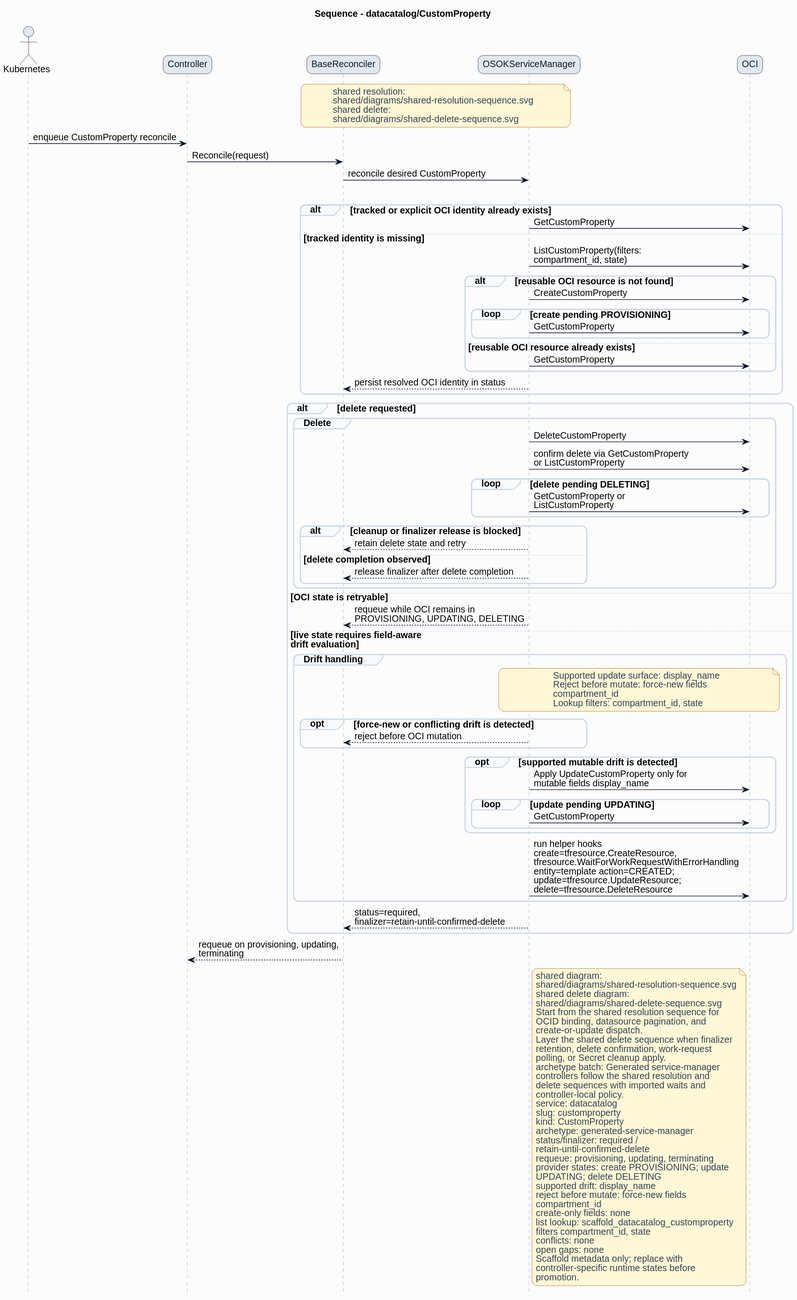
Before: formal/controllers/datacatalog/customproperty/diagrams/sequence.svg, a diagram exported from PlantUML (HaoyL666/oci-service-operator).
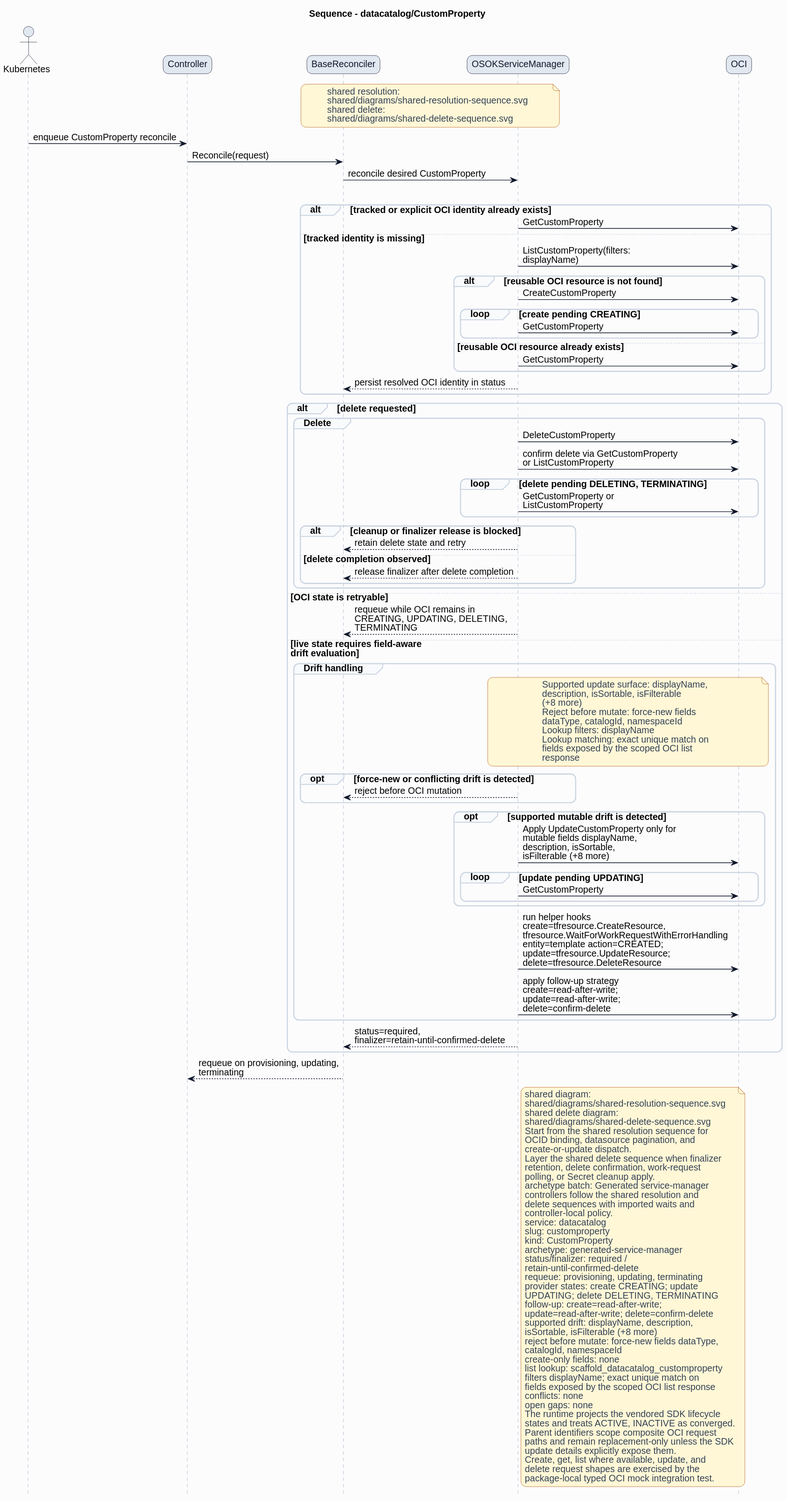
Later version of the same file.

Change to the diagram source:
```diff
@@ -38,10 +38,10 @@
 alt tracked or explicit OCI identity already exists
 ServiceManager -> OCI: GetCustomProperty
 else tracked identity is missing
-ServiceManager -> OCI: ListCustomProperty(filters:\ncompartment_id, state)
+ServiceManager -> OCI: ListCustomProperty(filters:\ndisplayName)
 alt reusable OCI resource is not found
 ServiceManager -> OCI: CreateCustomProperty
-loop create pending PROVISIONING
+loop create pending CREATING
 ServiceManager -> OCI: GetCustomProperty
 end
 else reusable OCI resource already exists
@@ -53,7 +53,7 @@
 group Delete
 ServiceManager -> OCI: DeleteCustomProperty
 ServiceManager -> OCI: confirm delete via GetCustomProperty\nor ListCustomProperty
-loop delete pending DELETING
+loop delete pending DELETING, TERMINATING
 ServiceManager -> OCI: GetCustomProperty or\nListCustomProperty
 end
 alt cleanup or finalizer release is blocked
@@ -63,25 +63,31 @@
 end
 end
 else OCI state is retryable
-ServiceManager --> BaseReconciler: requeue while OCI remains in\nPROVISIONING, UPDATING, DELETING
+ServiceManager --> BaseReconciler: requeue while OCI remains in\nCREATING, UPDATING, DELETING,\nTERMINATING
 else live state requires field-aware\ndrift evaluation
 group Drift handling
 note over ServiceManager,OCI
-Supported update surface: display_name
+Supported update surface: displayName,
+description, isSortable, isFilterable
+(+8 more)
 Reject before mutate: force-new fields
-compartment_id
-Lookup filters: compartment_id, state
+dataType, catalogId, namespaceId
+Lookup filters: displayName
+Lookup matching: exact unique match on
+fields exposed by the scoped OCI list
+response
 end note
 opt force-new or conflicting drift is detected
 ServiceManager --> BaseReconciler: reject before OCI mutation
 end
 opt supported mutable drift is detected
-ServiceManager -> OCI: Apply UpdateCustomProperty only for\nmutable fields display_name
+ServiceManager -> OCI: Apply UpdateCustomProperty only for\nmutable fields displayName,\ndescription, isSortable,\nisFilterable (+8 more)
 loop update pending UPDATING
 ServiceManager -> OCI: GetCustomProperty
 end
 end
 ServiceManager -> OCI: run helper hooks\ncreate=tfresource.CreateResource,\ntfresource.WaitForWorkRequestWithErrorHandling\nentity=template action=CREATED;\nupdate=tfresource.UpdateResource;\ndelete=tfresource.DeleteResource
+ServiceManager -> OCI: apply follow-up strategy\ncreate=read-after-write;\nupdate=read-after-write;\ndelete=confirm-delete
 end
 ServiceManager --> BaseReconciler: status=required,\nfinalizer=retain-until-confirmed-delete
 end
@@ -108,18 +114,27 @@
 status/finalizer: required /
 retain-until-confirmed-delete
 requeue: provisioning, updating, terminating
-provider states: create PROVISIONING; update
-UPDATING; delete DELETING
-supported drift: display_name
-reject before mutate: force-new fields
-compartment_id
+provider states: create CREATING; update
+UPDATING; delete DELETING, TERMINATING
+follow-up: create=read-after-write;
+update=read-after-write; delete=confirm-delete
+supported drift: displayName, description,
+isSortable, isFilterable (+8 more)
+reject before mutate: force-new fields dataType,
+catalogId, namespaceId
 create-only fields: none
 list lookup: scaffold_datacatalog_customproperty
-filters compartment_id, state
+filters displayName; exact unique match on
+fields exposed by the scoped OCI list response
 conflicts: none
 open gaps: none
-Scaffold metadata only; replace with
-controller-specific runtime states before
-promotion.
+The runtime projects the vendored SDK lifecycle
+states and treats ACTIVE, INACTIVE as converged.
+Parent identifiers scope composite OCI request
+paths and remain replacement-only unless the SDK
+update details explicitly expose them.
+Create, get, list where available, update, and
+delete request shapes are exercised by the
+package-local typed OCI mock integration test.
 end note
 @enduml
```
